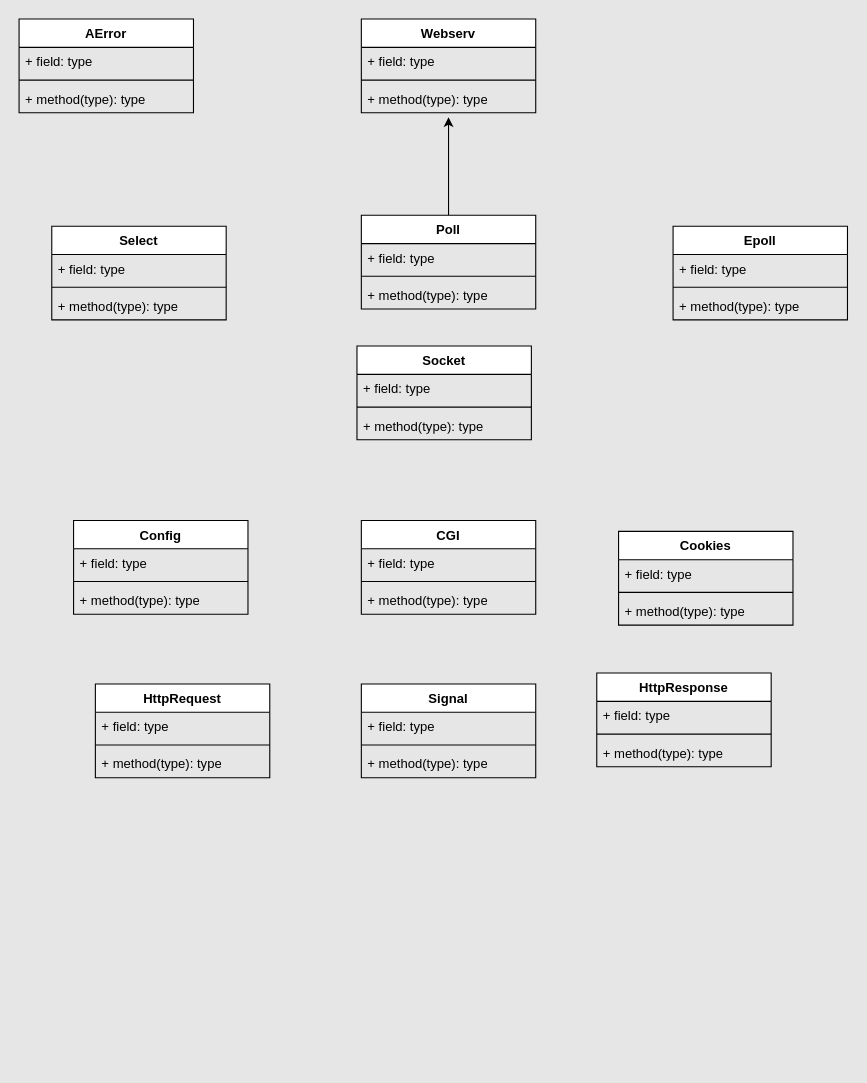
This is diagram/class-diagram.drawio from ykl910/42-webserv, a draw.io file, before an edit. Source tidied: cells renumbered, new cells numbered last; positions are measured from the earlier drawing's top-left corner, leaving out a move shared by most shapes. Both pictures are drawn from the tidied source at 109%, with x=0, y=0 at pixel (19, 19).
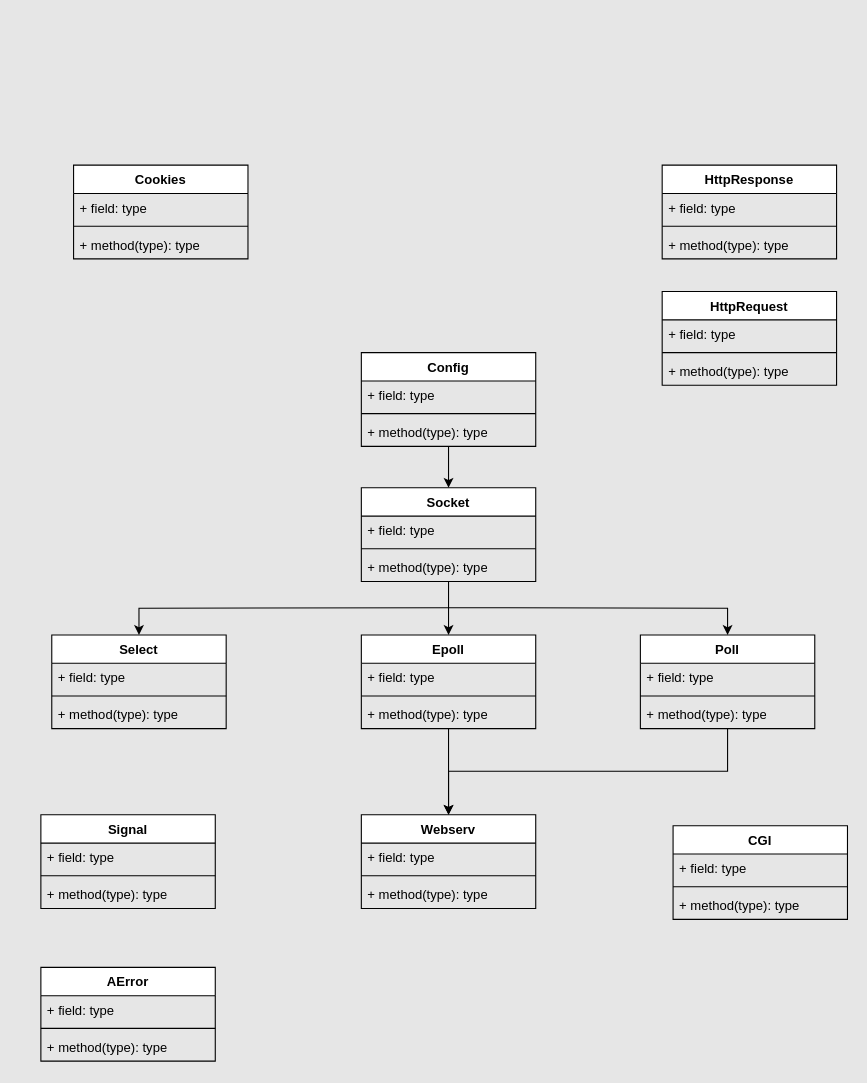
After the change.

Commit message (it also covers changes not shown here):
Implement parsing in Config class, update class-diagram, update source | include files

Change to the diagram source:
```diff
@@
     <mxCell id="2" value="Webserv" style="swimlane;fontStyle=1;align=center;verticalAlign=top;horizontal=1;startSize=26;whiteSpace=wrap;html=1;" parent="1" vertex="1">
-      <mxGeometry x="314" width="160" height="86" as="geometry" />
+      <mxGeometry x="314" y="730" width="160" height="86" as="geometry" />
     </mxCell>
@@
     <mxCell id="6" value="AError" style="swimlane;fontStyle=1;align=center;verticalAlign=top;horizontal=1;startSize=26;whiteSpace=wrap;html=1;" parent="1" vertex="1">
-      <mxGeometry width="160" height="86" as="geometry" />
+      <mxGeometry x="20" y="870" width="160" height="86" as="geometry" />
     </mxCell>
@@
+    <mxCell id="51" style="edgeStyle=orthogonalEdgeStyle;rounded=0;jettySize=auto;html=1;" parent="1" edge="1" source="10" target="23">
+      <mxGeometry relative="1" as="geometry" />
+    </mxCell>
+    <mxCell id="52" style="edgeStyle=orthogonalEdgeStyle;rounded=0;jettySize=auto;html=1;" parent="1" edge="1" target="19">
+      <mxGeometry relative="1" as="geometry">
+        <mxPoint x="394" y="540" as="sourcePoint" />
+      </mxGeometry>
+    </mxCell>
+    <mxCell id="53" style="edgeStyle=orthogonalEdgeStyle;rounded=0;jettySize=auto;html=1;entryX=0.5;entryY=0;entryDx=0;entryDy=0;" parent="1" edge="1" target="14">
+      <mxGeometry relative="1" as="geometry">
+        <mxPoint x="394" y="540" as="sourcePoint" />
+      </mxGeometry>
+    </mxCell>
     <mxCell id="10" value="Socket" style="swimlane;fontStyle=1;align=center;verticalAlign=top;horizontal=1;startSize=26;whiteSpace=wrap;html=1;" parent="1" vertex="1">
-      <mxGeometry x="310" y="300" width="160" height="86" as="geometry" />
+      <mxGeometry x="314" y="430" width="160" height="86" as="geometry" />
     </mxCell>
@@
     <mxCell id="14" value="Select" style="swimlane;fontStyle=1;align=center;verticalAlign=top;horizontal=1;startSize=26;whiteSpace=wrap;html=1;" parent="1" vertex="1">
-      <mxGeometry x="30" y="190" width="160" height="86" as="geometry" />
+      <mxGeometry x="30" y="565" width="160" height="86" as="geometry" />
     </mxCell>
@@
-    <mxCell id="18" style="edgeStyle=orthogonalEdgeStyle;rounded=0;jettySize=auto;html=1;" parent="1" edge="1" source="19">
-      <mxGeometry relative="1" as="geometry">
-        <mxPoint x="394" y="90" as="targetPoint" />
-      </mxGeometry>
-    </mxCell>
+    <mxCell id="54" style="edgeStyle=orthogonalEdgeStyle;rounded=0;jettySize=auto;html=1;entryX=0.5;entryY=0;entryDx=0;entryDy=0;" parent="1" edge="1" source="19" target="2">
+      <mxGeometry relative="1" as="geometry">
+        <Array as="points">
+          <mxPoint x="650" y="690" />
+          <mxPoint x="394" y="690" />
+        </Array>
+      </mxGeometry>
+    </mxCell>
     <mxCell id="19" value="Poll" style="swimlane;fontStyle=1;align=center;verticalAlign=top;horizontal=1;startSize=26;whiteSpace=wrap;html=1;" parent="1" vertex="1">
-      <mxGeometry x="314" y="180" width="160" height="86" as="geometry" />
+      <mxGeometry x="570" y="565" width="160" height="86" as="geometry" />
     </mxCell>
@@
+    <mxCell id="55" style="edgeStyle=orthogonalEdgeStyle;rounded=0;jettySize=auto;html=1;" parent="1" edge="1" source="23" target="2">
+      <mxGeometry relative="1" as="geometry" />
+    </mxCell>
     <mxCell id="23" value="Epoll" style="swimlane;fontStyle=1;align=center;verticalAlign=top;horizontal=1;startSize=26;whiteSpace=wrap;html=1;" parent="1" vertex="1">
-      <mxGeometry x="600" y="190" width="160" height="86" as="geometry" />
+      <mxGeometry x="314" y="565" width="160" height="86" as="geometry" />
     </mxCell>
@@
+    <mxCell id="56" style="edgeStyle=orthogonalEdgeStyle;rounded=0;jettySize=auto;html=1;" parent="1" edge="1" source="27" target="10">
+      <mxGeometry relative="1" as="geometry" />
+    </mxCell>
     <mxCell id="27" value="Config" style="swimlane;fontStyle=1;align=center;verticalAlign=top;horizontal=1;startSize=26;whiteSpace=wrap;html=1;" parent="1" vertex="1">
-      <mxGeometry x="50" y="460" width="160" height="86" as="geometry" />
+      <mxGeometry x="314" y="306" width="160" height="86" as="geometry" />
     </mxCell>
@@
     <mxCell id="31" value="CGI" style="swimlane;fontStyle=1;align=center;verticalAlign=top;horizontal=1;startSize=26;whiteSpace=wrap;html=1;" parent="1" vertex="1">
-      <mxGeometry x="314" y="460" width="160" height="86" as="geometry" />
+      <mxGeometry x="600" y="740" width="160" height="86" as="geometry" />
     </mxCell>
@@
     <mxCell id="35" value="HttpRequest" style="swimlane;fontStyle=1;align=center;verticalAlign=top;horizontal=1;startSize=26;whiteSpace=wrap;html=1;" parent="1" vertex="1">
-      <mxGeometry x="70" y="610" width="160" height="86" as="geometry" />
+      <mxGeometry x="590" y="250" width="160" height="86" as="geometry" />
     </mxCell>
@@
     <mxCell id="39" value="HttpResponse" style="swimlane;fontStyle=1;align=center;verticalAlign=top;horizontal=1;startSize=26;whiteSpace=wrap;html=1;" parent="1" vertex="1">
-      <mxGeometry x="530" y="600" width="160" height="86" as="geometry" />
+      <mxGeometry x="590" y="134" width="160" height="86" as="geometry" />
     </mxCell>
@@
     <mxCell id="43" value="Signal" style="swimlane;fontStyle=1;align=center;verticalAlign=top;horizontal=1;startSize=26;whiteSpace=wrap;html=1;" parent="1" vertex="1">
-      <mxGeometry x="314" y="610" width="160" height="86" as="geometry" />
+      <mxGeometry x="20" y="730" width="160" height="86" as="geometry" />
     </mxCell>
@@
     <mxCell id="47" value="Cookies" style="swimlane;fontStyle=1;align=center;verticalAlign=top;horizontal=1;startSize=26;whiteSpace=wrap;html=1;" parent="1" vertex="1">
-      <mxGeometry x="550" y="470" width="160" height="86" as="geometry" />
+      <mxGeometry x="50" y="134" width="160" height="86" as="geometry" />
     </mxCell>
```
